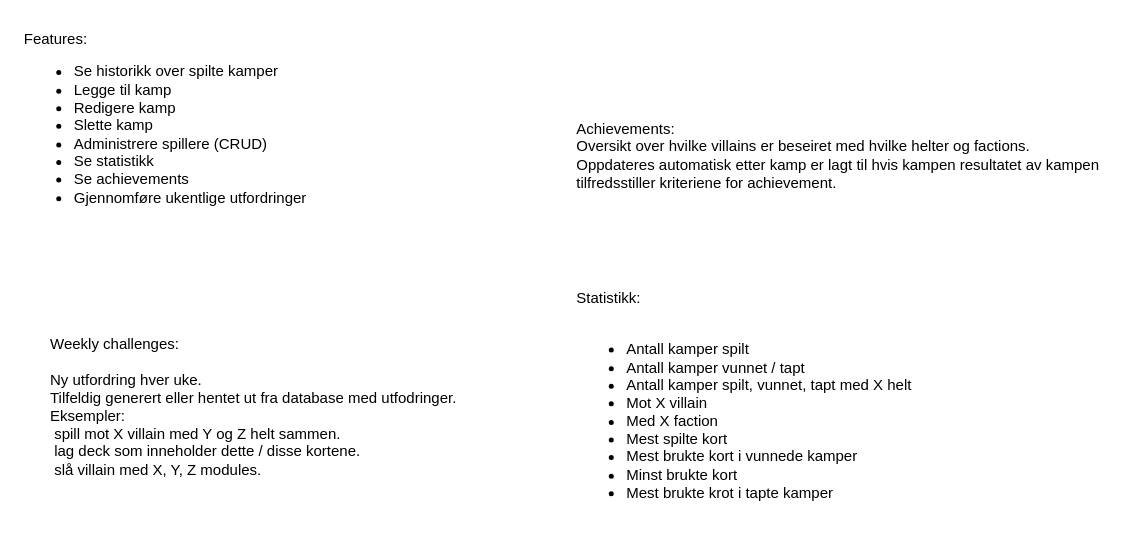
This is page "Features" (2 of 2) of MarvelChampionsMatchTracker.drawio from zaktaw/MarvelChampionsMatchTracker, a draw.io file, before an edit. Source tidied: cells renumbered, new cells numbered last; positions are measured from the earlier drawing's top-left corner, leaving out a move shared by most shapes. Both pictures are drawn from the tidied source at 125%, with x=0, y=0 at pixel (21, 21).
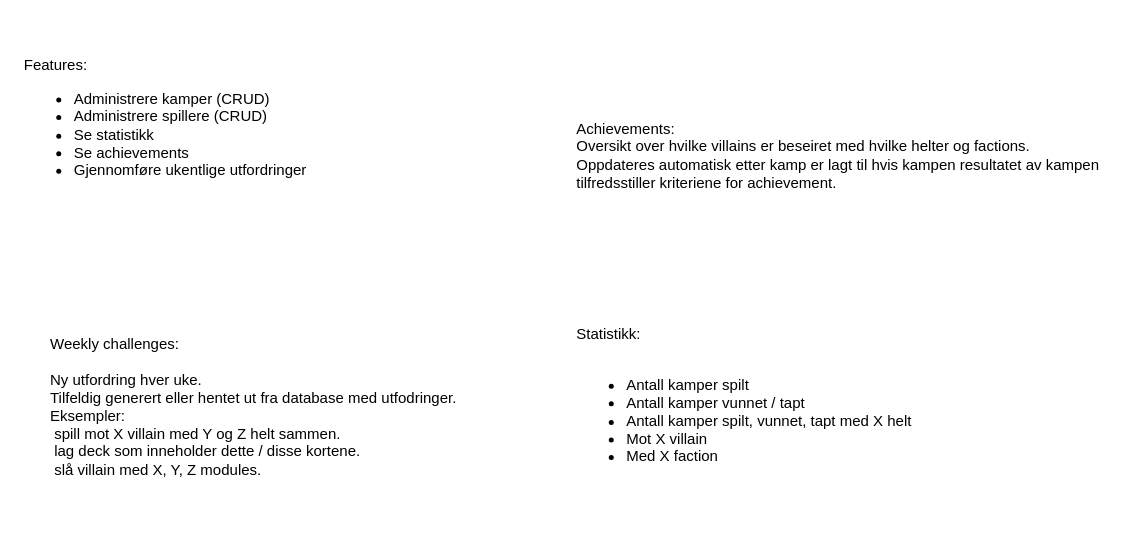
The same diagram, later.

What changed in the source:
```diff
@@
 <mxGraphModel>
   <root>
     <mxCell id="0" />
     <mxCell id="1" parent="0" />
-    <mxCell id="2" value="&lt;div&gt;Features:&lt;/div&gt;&lt;ul&gt;&lt;li&gt;Se historikk over spilte kamper&lt;/li&gt;&lt;li&gt;Legge til kamp&lt;/li&gt;&lt;li&gt;Redigere kamp&lt;/li&gt;&lt;li&gt;Slette kamp&lt;/li&gt;&lt;li&gt;Administrere spillere (CRUD)&lt;/li&gt;&lt;li&gt;Se statistikk&lt;/li&gt;&lt;li&gt;Se achievements&lt;/li&gt;&lt;li&gt;Gjennomføre ukentlige utfordringer&lt;/li&gt;&lt;/ul&gt;" style="text;html=1;align=left;verticalAlign=middle;strokeColor=none;fillColor=none;" parent="1" vertex="1">
-      <mxGeometry width="244" height="166" as="geometry" />
+    <mxCell id="2" value="&lt;div&gt;Features:&lt;/div&gt;&lt;ul&gt;&lt;li&gt;Administrere kamper (CRUD)&lt;/li&gt;&lt;li&gt;Administrere spillere (CRUD)&lt;/li&gt;&lt;li&gt;Se statistikk&lt;/li&gt;&lt;li&gt;Se achievements&lt;/li&gt;&lt;li&gt;Gjennomføre ukentlige utfordringer&lt;/li&gt;&lt;/ul&gt;" style="text;html=1;align=left;verticalAlign=middle;strokeColor=none;fillColor=none;" parent="1" vertex="1">
+      <mxGeometry y="22" width="244" height="122" as="geometry" />
     </mxCell>
     <mxCell id="3" value="&lt;div&gt;Achievements:&lt;/div&gt;&lt;div&gt;Oversikt over hvilke villains er beseiret med hvilke helter og factions.&lt;/div&gt;&lt;div&gt;Oppdateres automatisk etter kamp er lagt til hvis kampen resultatet av kampen&lt;br&gt;tilfredsstiller kriteriene for achievement.&lt;/div&gt;" style="text;html=1;align=left;verticalAlign=middle;strokeColor=none;fillColor=none;" parent="1" vertex="1">
       <mxGeometry x="442" y="72" width="436" height="70" as="geometry" />
     </mxCell>
     <mxCell id="4" value="Weekly challenges:&lt;br&gt;&lt;br&gt;Ny utfordring hver uke.&lt;br&gt;Tilfeldig generert eller hentet ut fra database med utfodringer.&lt;br&gt;Eksempler: &lt;br&gt;&lt;span style=&quot;white-space: pre;&quot;&gt; &lt;/span&gt;spill mot X villain med Y og Z helt sammen.&lt;br&gt;&lt;span style=&quot;white-space: pre;&quot;&gt; &lt;/span&gt;lag deck som inneholder dette / disse kortene.&lt;br&gt;&lt;span style=&quot;white-space: pre;&quot;&gt; &lt;/span&gt;slå villain med X, Y, Z modules." style="text;html=1;strokeColor=none;fillColor=none;align=left;verticalAlign=middle;whiteSpace=wrap;rounded=0;" parent="1" vertex="1">
       <mxGeometry x="21" y="293" width="486" height="30" as="geometry" />
     </mxCell>
-    <mxCell id="5" value="Statistikk:&lt;br&gt;&lt;br&gt;&lt;ul&gt;&lt;li&gt;Antall kamper spilt&lt;br&gt;&lt;/li&gt;&lt;li&gt;Antall kamper vunnet / tapt&lt;/li&gt;&lt;li&gt;Antall kamper spilt, vunnet, tapt med X helt&lt;/li&gt;&lt;li&gt;Mot X villain&lt;/li&gt;&lt;li&gt;Med X faction&lt;/li&gt;&lt;li&gt;Mest spilte kort&lt;/li&gt;&lt;li&gt;Mest brukte kort i vunnede kamper&lt;/li&gt;&lt;li&gt;Minst brukte kort&lt;/li&gt;&lt;li&gt;Mest brukte krot i tapte kamper&lt;/li&gt;&lt;/ul&gt;" style="text;html=1;strokeColor=none;fillColor=none;align=left;verticalAlign=middle;whiteSpace=wrap;rounded=0;" parent="1" vertex="1">
+    <mxCell id="5" value="Statistikk:&lt;br&gt;&lt;br&gt;&lt;ul&gt;&lt;li&gt;Antall kamper spilt&lt;br&gt;&lt;/li&gt;&lt;li&gt;Antall kamper vunnet / tapt&lt;/li&gt;&lt;li&gt;Antall kamper spilt, vunnet, tapt med X helt&lt;/li&gt;&lt;li&gt;Mot X villain&lt;/li&gt;&lt;li&gt;Med X faction&lt;/li&gt;&lt;/ul&gt;" style="text;html=1;strokeColor=none;fillColor=none;align=left;verticalAlign=middle;whiteSpace=wrap;rounded=0;" parent="1" vertex="1">
       <mxGeometry x="442" y="290" width="372" height="30" as="geometry" />
     </mxCell>
   </root>
 </mxGraphModel>
```
